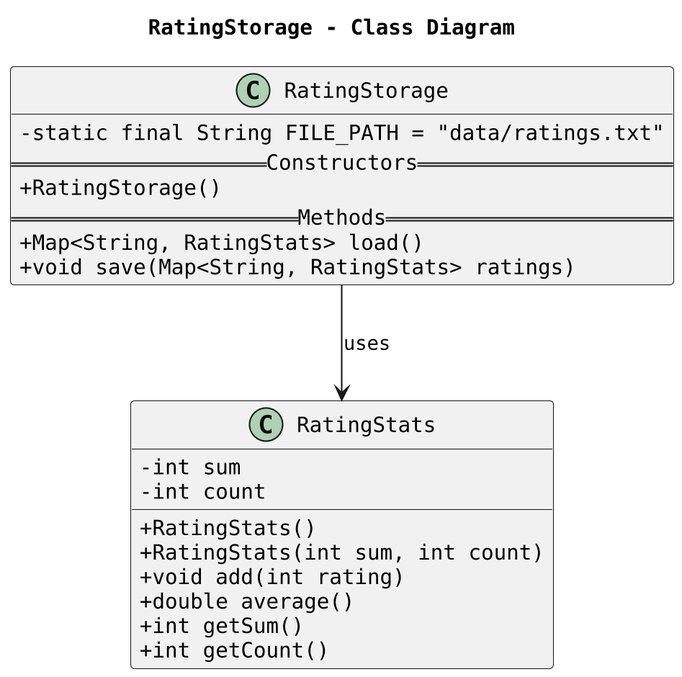
Above: docs/diagrams/RatingStorageClassDiagram.png in AY2526S1-CS2113-T10-3/tp (PlantUML), before the change.
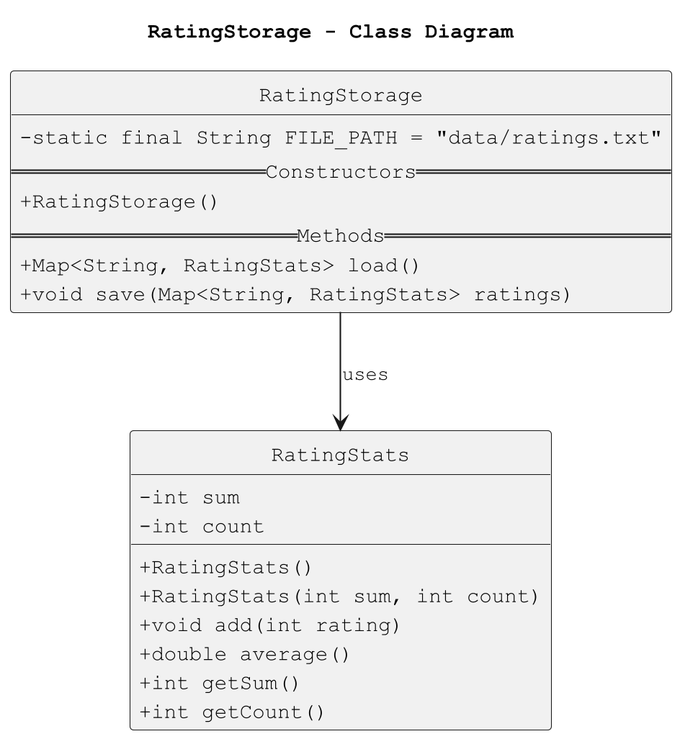
The same file after the commit.

What changed in the source:
```diff
@@ -1,8 +1,10 @@
-@startuml
+@startuml RatingStorage_Class_Diagram
 skinparam dpi 200
 skinparam classAttributeIconSize 0
 skinparam shadowing false
 skinparam defaultFontName Monospaced
+hide circle
+
 title RatingStorage - Class Diagram
 
 class RatingStorage {
```
